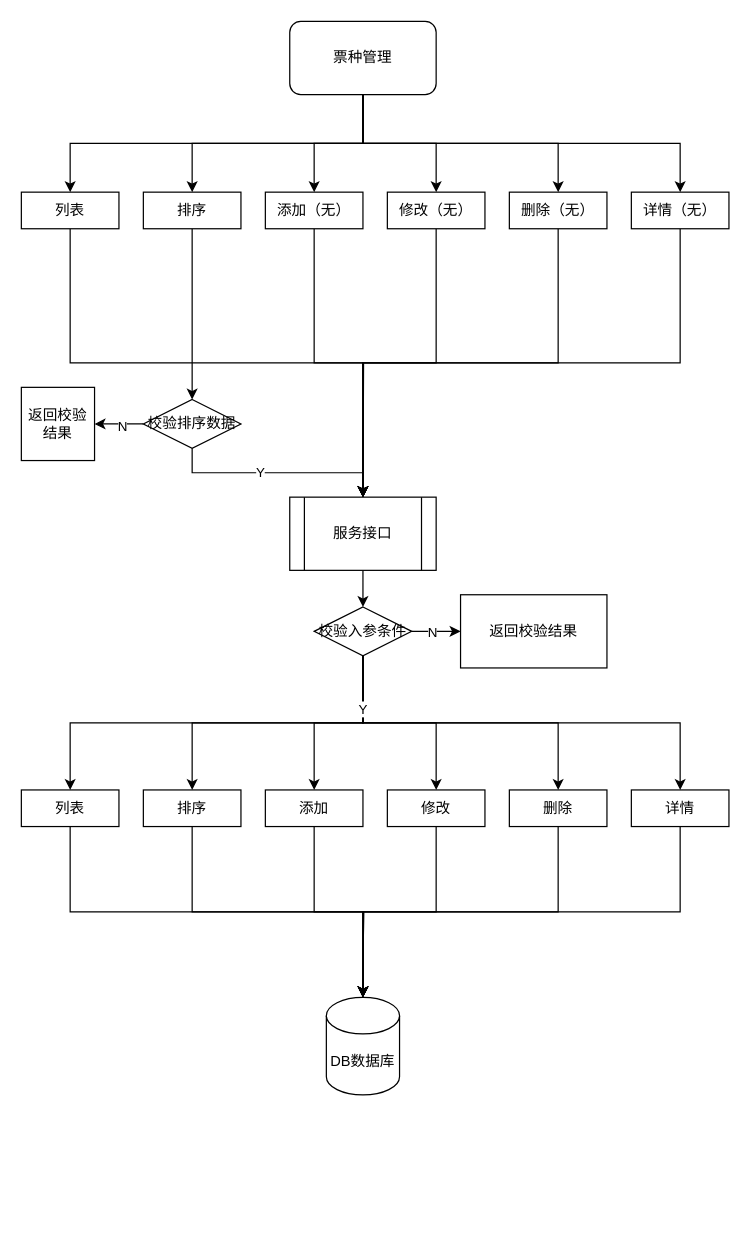
Above: page "票种管理" (1 of 2) of tour-product.drawio in liqiang0113/Project (draw.io), before the change. Source tidied: cells renumbered, new cells numbered last; positions are measured from the earlier drawing's top-left corner, leaving out a move shared by most shapes. Both pictures are drawn from the tidied source at 122%, with x=0, y=0 at pixel (21, 21).
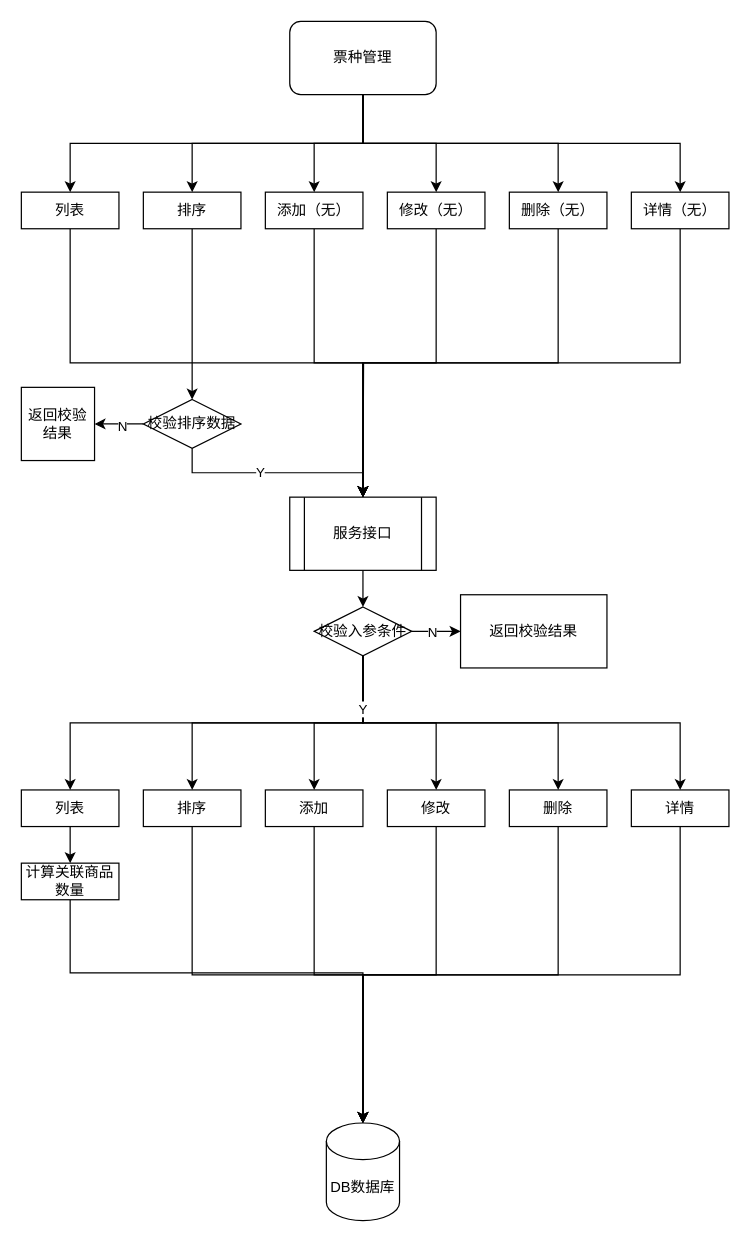
After the change.

Unchanged cells that the change refers to:
```xml
<mxCell id="29" value="列表" style="rounded=0;whiteSpace=wrap;html=1;" parent="1" vertex="1">
  <mxGeometry y="630" width="80" height="30" as="geometry" />
</mxCell>
<mxCell id="31" value="排序" style="rounded=0;whiteSpace=wrap;html=1;" parent="1" vertex="1">
  <mxGeometry x="100" y="630" width="80" height="30" as="geometry" />
</mxCell>
<mxCell id="33" value="添加" style="rounded=0;whiteSpace=wrap;html=1;" parent="1" vertex="1">
  <mxGeometry x="200" y="630" width="80" height="30" as="geometry" />
</mxCell>
<mxCell id="35" value="修改" style="rounded=0;whiteSpace=wrap;html=1;" parent="1" vertex="1">
  <mxGeometry x="300" y="630" width="80" height="30" as="geometry" />
</mxCell>
```

What changed in the source:
```diff
@@
-    <mxCell id="28" style="edgeStyle=orthogonalEdgeStyle;rounded=0;jettySize=auto;html=1;exitX=0.5;exitY=1;exitDx=0;exitDy=0;" parent="1" edge="1" source="29" target="52">
-      <mxGeometry relative="1" as="geometry" />
-    </mxCell>
+    <mxCell id="53" style="edgeStyle=orthogonalEdgeStyle;rounded=0;jettySize=auto;html=1;exitX=0.5;exitY=1;exitDx=0;exitDy=0;entryX=0.5;entryY=0;entryDx=0;entryDy=0;" parent="1" edge="1" source="29" target="58">
+      <mxGeometry relative="1" as="geometry" />
+    </mxCell>
@@
-    <mxCell id="30" style="edgeStyle=orthogonalEdgeStyle;rounded=0;jettySize=auto;html=1;exitX=0.5;exitY=1;exitDx=0;exitDy=0;" parent="1" edge="1" source="31">
-      <mxGeometry relative="1" as="geometry">
-        <mxPoint x="280" y="800" as="targetPoint" />
-      </mxGeometry>
-    </mxCell>
+    <mxCell id="54" style="edgeStyle=orthogonalEdgeStyle;rounded=0;jettySize=auto;html=1;exitX=0.5;exitY=1;exitDx=0;exitDy=0;" parent="1" edge="1" source="31" target="52">
+      <mxGeometry relative="1" as="geometry" />
+    </mxCell>
@@
-    <mxCell id="32" style="edgeStyle=orthogonalEdgeStyle;rounded=0;jettySize=auto;html=1;exitX=0.5;exitY=1;exitDx=0;exitDy=0;" parent="1" edge="1" source="33">
-      <mxGeometry relative="1" as="geometry">
-        <mxPoint x="280" y="800" as="targetPoint" />
-      </mxGeometry>
-    </mxCell>
+    <mxCell id="55" style="edgeStyle=orthogonalEdgeStyle;rounded=0;jettySize=auto;html=1;exitX=0.5;exitY=1;exitDx=0;exitDy=0;" parent="1" edge="1" source="33" target="52">
+      <mxGeometry relative="1" as="geometry" />
+    </mxCell>
@@
-    <mxCell id="34" style="edgeStyle=orthogonalEdgeStyle;rounded=0;jettySize=auto;html=1;exitX=0.5;exitY=1;exitDx=0;exitDy=0;" parent="1" edge="1" source="35">
-      <mxGeometry relative="1" as="geometry">
-        <mxPoint x="280" y="800" as="targetPoint" />
-      </mxGeometry>
-    </mxCell>
+    <mxCell id="56" style="edgeStyle=orthogonalEdgeStyle;rounded=0;jettySize=auto;html=1;exitX=0.5;exitY=1;exitDx=0;exitDy=0;" parent="1" edge="1" source="35" target="52">
+      <mxGeometry relative="1" as="geometry" />
+    </mxCell>
@@
     <mxCell id="52" value="DB数据库" style="shape=cylinder3;whiteSpace=wrap;html=1;boundedLbl=1;backgroundOutline=1;size=15;" parent="1" vertex="1">
-      <mxGeometry x="250" y="800" width="60" height="80" as="geometry" />
+      <mxGeometry x="250" y="903" width="60" height="80" as="geometry" />
     </mxCell>
+    <mxCell id="57" style="edgeStyle=orthogonalEdgeStyle;rounded=0;jettySize=auto;html=1;exitX=0.5;exitY=1;exitDx=0;exitDy=0;" parent="1" edge="1" source="58" target="52">
+      <mxGeometry relative="1" as="geometry">
+        <Array as="points">
+          <mxPoint x="40" y="780" />
+          <mxPoint x="280" y="780" />
+        </Array>
+      </mxGeometry>
+    </mxCell>
+    <mxCell id="58" value="计算关联商品数量" style="rounded=0;whiteSpace=wrap;html=1;" parent="1" vertex="1">
+      <mxGeometry y="690" width="80" height="30" as="geometry" />
+    </mxCell>
```
